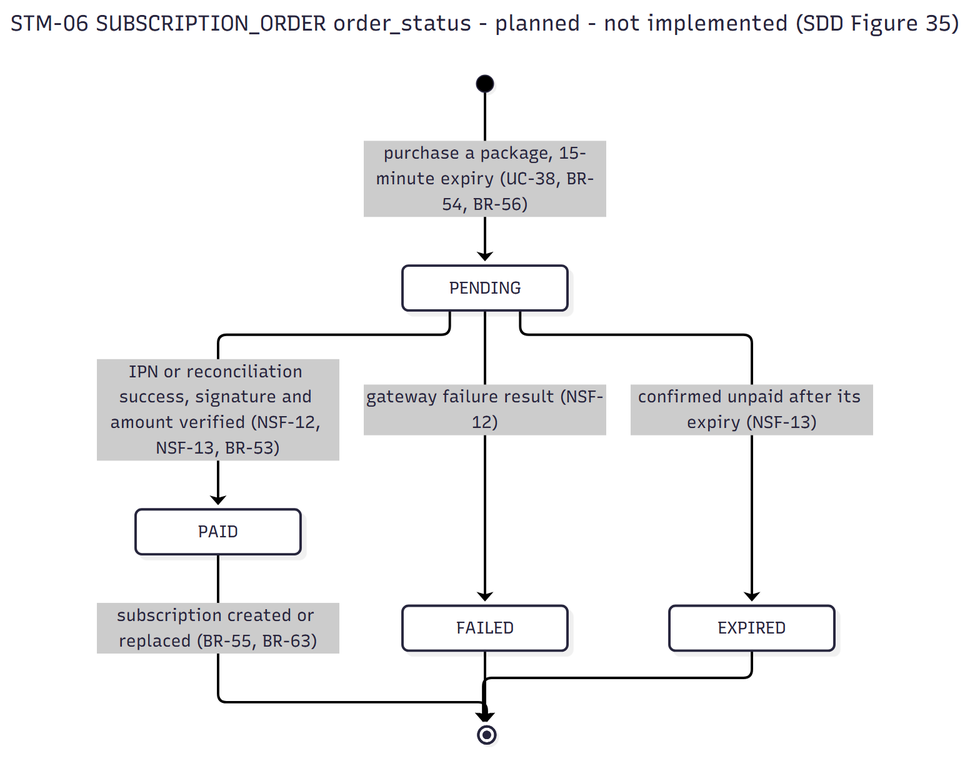
This is specs/diagrams/state/STM-06_subscription_order.png from nguyenluc2411/cryptopilot_project, a Mermaid export, as it was before one commit. Its source is kept beside it as specs/diagrams/state/STM-06_subscription_order.mmd.
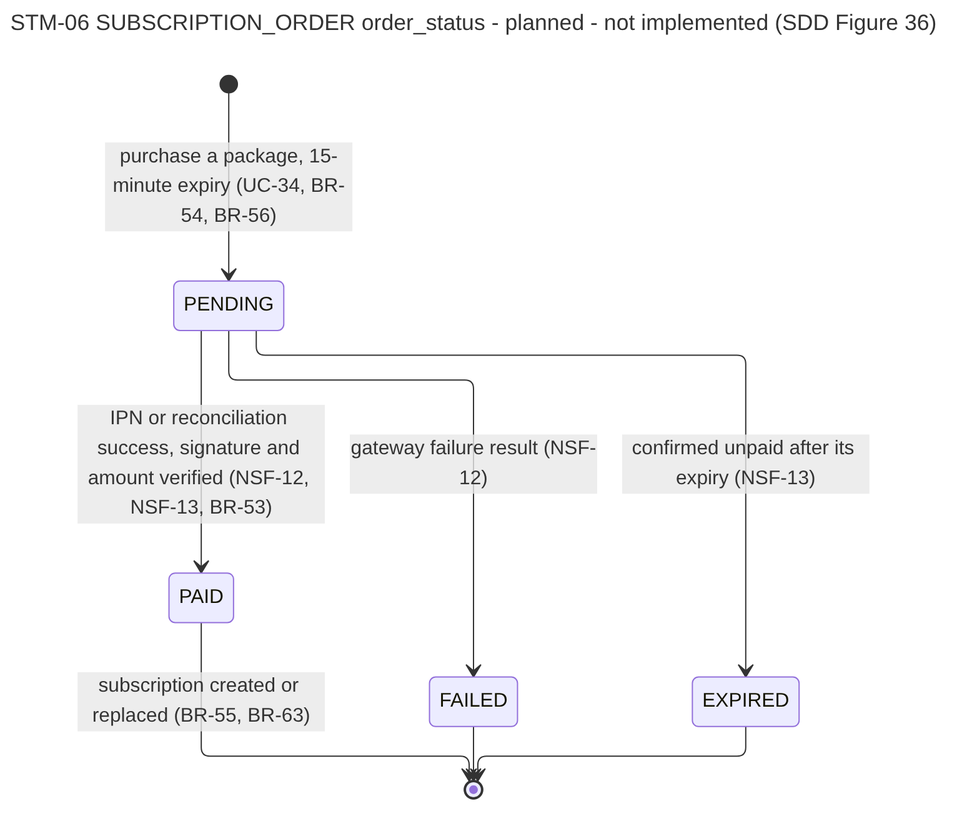
Later version of the same file.

What changed in the source:
```diff
@@ -1,8 +1,8 @@
 ---
-title: STM-06 SUBSCRIPTION_ORDER order_status - planned - not implemented (SDD Figure 35)
+title: STM-06 SUBSCRIPTION_ORDER order_status - planned - not implemented (SDD Figure 36)
 ---
 stateDiagram-v2
-    [*] --> PENDING : purchase a package, 15-minute expiry (UC-38, BR-54, BR-56)
+    [*] --> PENDING : purchase a package, 15-minute expiry (UC-34, BR-54, BR-56)
     PENDING --> PAID : IPN or reconciliation success, signature and amount verified (NSF-12, NSF-13, BR-53)
     PENDING --> FAILED : gateway failure result (NSF-12)
     PENDING --> EXPIRED : confirmed unpaid after its expiry (NSF-13)
```
